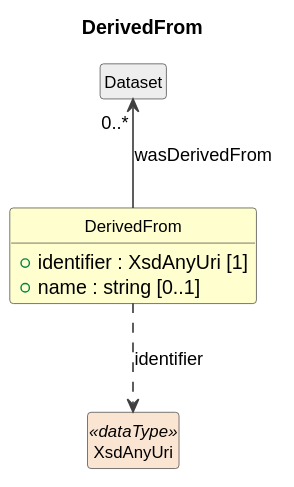
This is build/field-level-documentation/CDIFCore/Classes/DerivedFrom.svg from Cross-Domain-Interoperability-Framework/metadataBuildingBlocks, a PlantUML export, as it was before one commit.
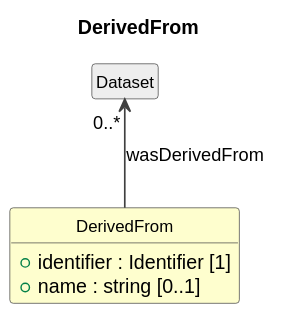
The same file after the commit.

Change to the diagram source:
```diff
@@ -11,11 +11,9 @@
 }
 
 class "DerivedFrom" as DerivedFrom #FEFECE {
-  +identifier : XsdAnyUri [1]
+  +identifier : Identifier [1]
   +name : string [0..1]
 }
 class "Dataset" as Dataset #EEEEEE
 Dataset "0..*" <-- DerivedFrom : wasDerivedFrom
-class "XsdAnyUri" as XsdAnyUri <<dataType>> #FAE5D3
-DerivedFrom ..> XsdAnyUri : identifier
 @enduml
```
